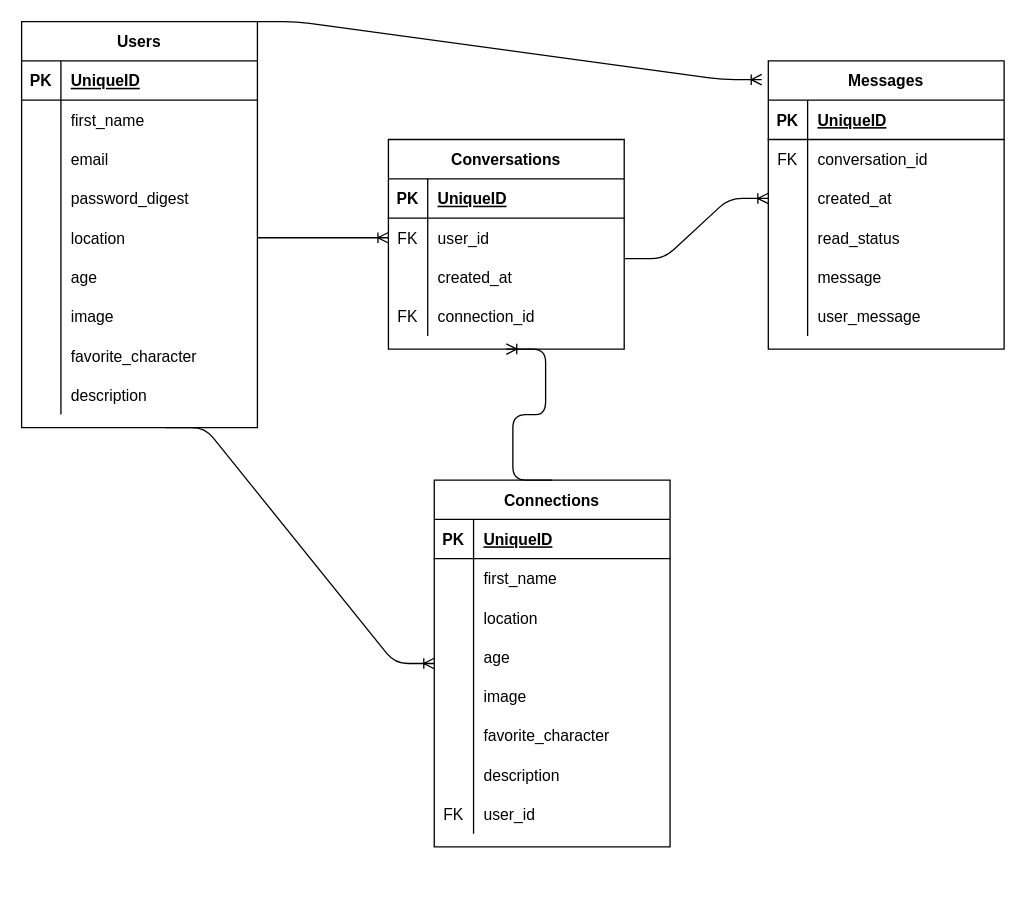
This is ERD.drawio from matt-draghi/mos-nerdley-cantina, a draw.io file, before an edit. Source tidied: cells renumbered, new cells numbered last; positions are measured from the earlier drawing's top-left corner, leaving out a move shared by most shapes. Both pictures are drawn from the tidied source at 131%, with x=0, y=0 at pixel (21, 21).
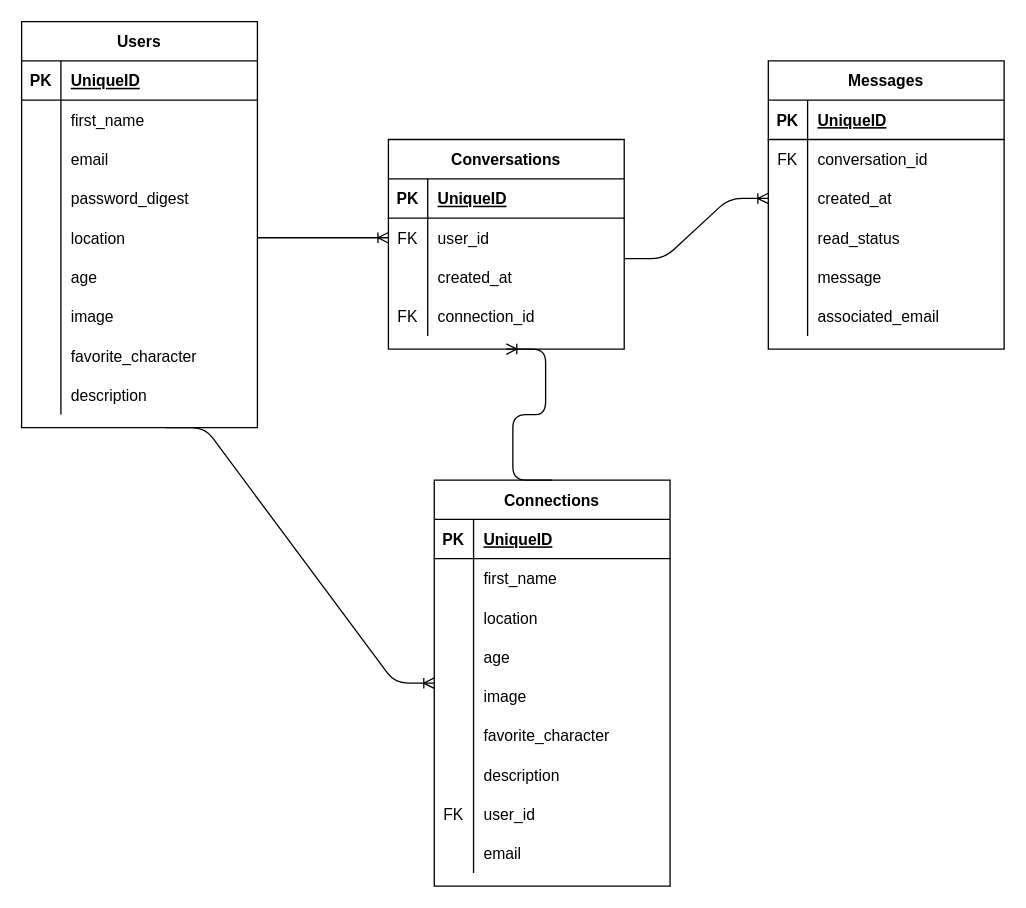
The same page after the edit.

The change refers to these unchanged cells:
```xml
<mxCell id="2" value="Users" style="shape=table;startSize=30;childLayout=tableLayout;rowLines=0;fontStyle=1;align=center;" parent="1" vertex="1">
  <mxGeometry width="180" height="310" as="geometry" />
</mxCell>
<mxCell id="30" value="Messages" style="shape=table;startSize=30;childLayout=tableLayout;rowLines=0;fontStyle=1;align=center;" parent="1" vertex="1">
  <mxGeometry x="570" y="30" width="180" height="220" as="geometry" />
</mxCell>
<mxCell id="46" style="shape=partialRectangle;fillColor=none;top=0;left=0;bottom=0;right=0;" parent="30" vertex="1">
  <mxGeometry y="180" width="180" height="30" as="geometry" />
</mxCell>
```

Change to the diagram source:
```diff
@@
-    <mxCell id="48" value="user_message" style="shape=partialRectangle;fillColor=none;top=0;left=0;bottom=0;right=0;align=left;spacingLeft=6;overflow=hidden;" parent="46" vertex="1">
+    <mxCell id="48" value="associated_email" style="shape=partialRectangle;fillColor=none;top=0;left=0;bottom=0;right=0;align=left;spacingLeft=6;overflow=hidden;" parent="46" vertex="1">
       <mxGeometry x="30" width="150" height="30" as="geometry" />
     </mxCell>
     <mxCell id="49" value="Connections" style="shape=table;startSize=30;childLayout=tableLayout;rowLines=0;fontStyle=1;align=center;" parent="1" vertex="1">
-      <mxGeometry x="315" y="350" width="180" height="280" as="geometry" />
+      <mxGeometry x="315" y="350" width="180" height="310" as="geometry" />
     </mxCell>
@@
+    <mxCell id="92" style="shape=partialRectangle;fillColor=none;top=0;left=0;bottom=0;right=0;" parent="49" vertex="1">
+      <mxGeometry y="270" width="180" height="30" as="geometry" />
+    </mxCell>
+    <mxCell id="93" style="shape=partialRectangle;fillColor=none;top=0;left=0;bottom=0;right=0;overflow=hidden;" parent="92" vertex="1">
+      <mxGeometry width="30" height="30" as="geometry" />
+    </mxCell>
+    <mxCell id="94" value="email" style="shape=partialRectangle;fillColor=none;top=0;left=0;bottom=0;right=0;align=left;spacingLeft=6;overflow=hidden;" parent="92" vertex="1">
+      <mxGeometry x="30" width="150" height="30" as="geometry" />
+    </mxCell>
@@
-    <mxCell id="91" style="edgeStyle=entityRelationEdgeStyle;fontSize=12;html=1;endArrow=ERoneToMany;exitX=1;exitY=0;exitDx=0;exitDy=0;entryX=-0.028;entryY=0.065;entryDx=0;entryDy=0;entryPerimeter=0;" parent="1" edge="1" source="2" target="30">
-      <mxGeometry relative="1" as="geometry" />
-    </mxCell>
```
